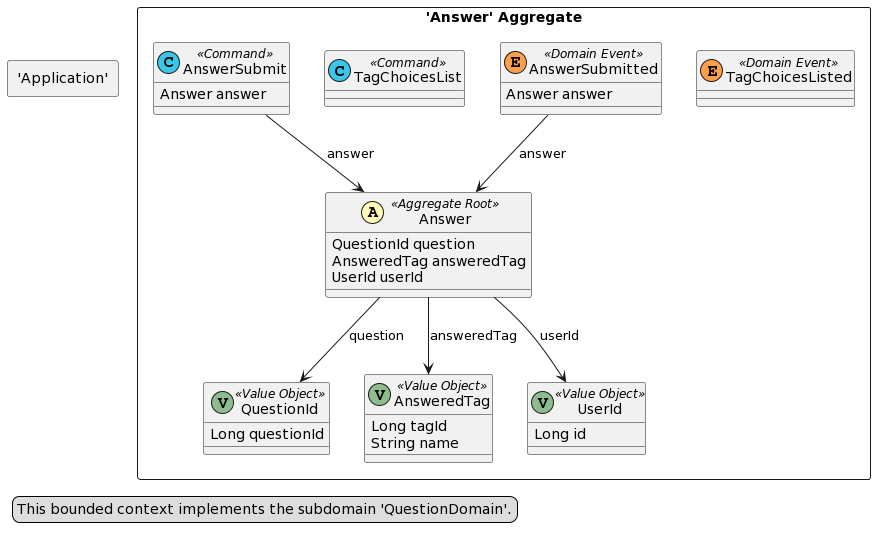
esgi-lyon/question-ddd keeps this PlantUML diagram as doc/dist/src-gen/gamedev_BC_AnswerContext.png. Above is the earlier version. Its diagram source:
```plantuml
@startuml
skinparam componentStyle uml2

package "'Answer' Aggregate" <<Rectangle>> {
	class Answer <<(A,#fffab8) Aggregate Root>> {
		QuestionId question
		AnsweredTag answeredTag
		UserId userId
	}
	class QuestionId <<(V,DarkSeaGreen) Value Object>> {
		Long questionId
	}
	class AnsweredTag <<(V,DarkSeaGreen) Value Object>> {
		Long tagId
		String name
	}
	class UserId <<(V,DarkSeaGreen) Value Object>> {
		Long id
	}
	class TagChoicesListed <<(E,#ff9f4b) Domain Event>> {
	}
	class AnswerSubmitted <<(E,#ff9f4b) Domain Event>> {
		Answer answer
	}
	class TagChoicesList <<(C,#3bc5e9) Command>> {
	}
	class AnswerSubmit <<(C,#3bc5e9) Command>> {
		Answer answer
	}
}
package "'Application'" <<Rectangle>> {
	legend left
		This application layer contains flow definitions (visualization available via BPMN Sketch Miner).
	end legend
}
Answer --> QuestionId : question
Answer --> UserId : userId
AnswerSubmitted --> Answer : answer
Answer --> AnsweredTag : answeredTag
AnswerSubmit --> Answer : answer
legend left
  This bounded context implements the subdomain 'QuestionDomain'.
end legend
@enduml
```
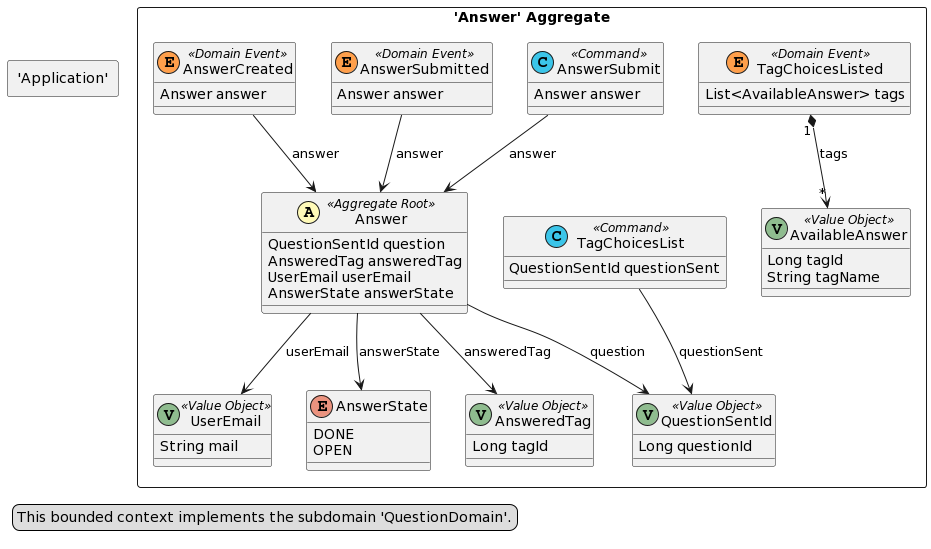
The same diagram one commit later.

Change to the diagram source:
```diff
@@ -3,26 +3,39 @@
 
 package "'Answer' Aggregate" <<Rectangle>> {
 	class Answer <<(A,#fffab8) Aggregate Root>> {
-		QuestionId question
+		QuestionSentId question
 		AnsweredTag answeredTag
-		UserId userId
+		UserEmail userEmail
+		AnswerState answerState
 	}
-	class QuestionId <<(V,DarkSeaGreen) Value Object>> {
+	enum AnswerState {
+		DONE
+		OPEN
+	}
+	class AvailableAnswer <<(V,DarkSeaGreen) Value Object>> {
+		Long tagId
+		String tagName
+	}
+	class QuestionSentId <<(V,DarkSeaGreen) Value Object>> {
 		Long questionId
 	}
 	class AnsweredTag <<(V,DarkSeaGreen) Value Object>> {
 		Long tagId
-		String name
 	}
-	class UserId <<(V,DarkSeaGreen) Value Object>> {
-		Long id
+	class UserEmail <<(V,DarkSeaGreen) Value Object>> {
+		String mail
 	}
 	class TagChoicesListed <<(E,#ff9f4b) Domain Event>> {
+		List<AvailableAnswer> tags
 	}
 	class AnswerSubmitted <<(E,#ff9f4b) Domain Event>> {
 		Answer answer
 	}
+	class AnswerCreated <<(E,#ff9f4b) Domain Event>> {
+		Answer answer
+	}
 	class TagChoicesList <<(C,#3bc5e9) Command>> {
+		QuestionSentId questionSent
 	}
 	class AnswerSubmit <<(C,#3bc5e9) Command>> {
 		Answer answer
@@ -33,10 +46,14 @@
 		This application layer contains flow definitions (visualization available via BPMN Sketch Miner).
 	end legend
 }
-Answer --> QuestionId : question
-Answer --> UserId : userId
+Answer --> QuestionSentId : question
 AnswerSubmitted --> Answer : answer
+AnswerCreated --> Answer : answer
 Answer --> AnsweredTag : answeredTag
+Answer --> UserEmail : userEmail
+TagChoicesList --> QuestionSentId : questionSent
+Answer --> AnswerState : answerState
+TagChoicesListed "1" *--> "*" AvailableAnswer : tags
 AnswerSubmit --> Answer : answer
 legend left
   This bounded context implements the subdomain 'QuestionDomain'.
```
